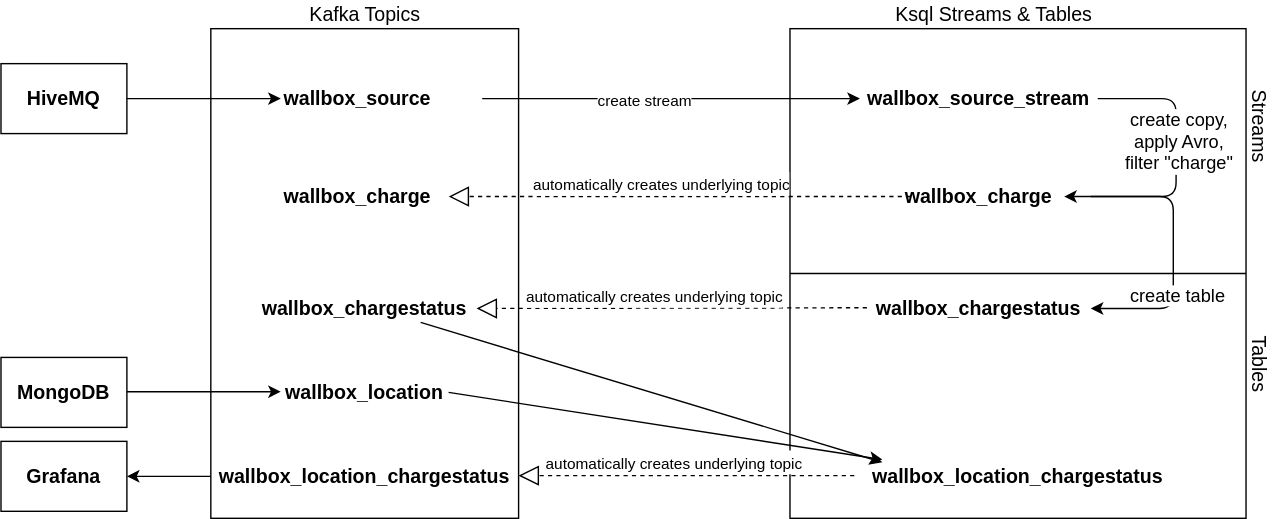
The draw.io diagram DataFlow_v2.svg in NovatecConsulting/showcase-kafka-iot-emob, before a commit. Source tidied: cells renumbered, new cells last; positions are measured from the earlier drawing's top-left corner, leaving out a move shared by most shapes.
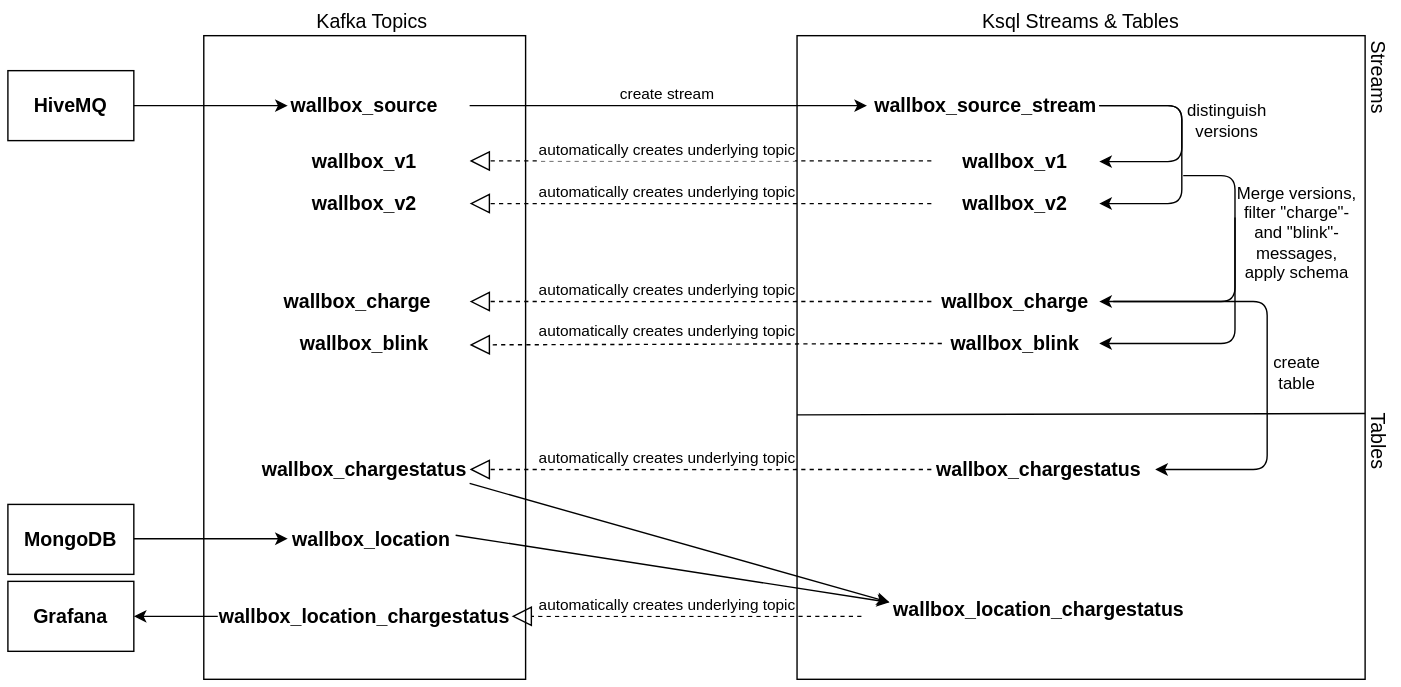
Later version of the same file.

What changed in the source:
```diff
@@ -3,86 +3,92 @@
     <mxCell id="0" />
     <mxCell id="1" parent="0" />
     <mxCell id="2" style="rounded=0;whiteSpace=wrap;html=1;" parent="1" vertex="1">
-      <mxGeometry x="150" y="20" width="220" height="350" as="geometry" />
+      <mxGeometry x="140" y="20" width="230" height="460" as="geometry" />
     </mxCell>
     <mxCell id="3" value="wallbox_source" style="text;html=1;strokeColor=none;fillColor=none;align=center;verticalAlign=middle;whiteSpace=wrap;rounded=0;fontSize=14;fontStyle=1;" parent="1" vertex="1">
       <mxGeometry x="235" y="60" width="40" height="20" as="geometry" />
     </mxCell>
     <mxCell id="4" value="wallbox_charge" style="text;html=1;strokeColor=none;fillColor=none;align=center;verticalAlign=middle;whiteSpace=wrap;rounded=0;fontSize=14;fontStyle=1;" parent="1" vertex="1">
-      <mxGeometry x="235" y="130" width="40" height="20" as="geometry" />
+      <mxGeometry x="230" y="200" width="40" height="20" as="geometry" />
     </mxCell>
     <mxCell id="5" value="wallbox_chargestatus" style="text;html=1;strokeColor=none;fillColor=none;align=center;verticalAlign=middle;whiteSpace=wrap;rounded=0;fontSize=14;fontStyle=1;" parent="1" vertex="1">
-      <mxGeometry x="240" y="210" width="40" height="20" as="geometry" />
+      <mxGeometry x="235" y="320" width="40" height="20" as="geometry" />
     </mxCell>
     <mxCell id="6" style="rounded=0;whiteSpace=wrap;html=1;" parent="1" vertex="1">
-      <mxGeometry x="564" y="20" width="326" height="350" as="geometry" />
+      <mxGeometry x="564" y="20" width="406" height="460" as="geometry" />
     </mxCell>
     <mxCell id="7" value="wallbox_source_stream" style="text;html=1;strokeColor=none;fillColor=none;align=center;verticalAlign=middle;whiteSpace=wrap;rounded=0;fontSize=14;fontStyle=1;" parent="1" vertex="1">
       <mxGeometry x="679" y="60" width="40" height="20" as="geometry" />
     </mxCell>
     <mxCell id="8" value="wallbox_charge" style="text;html=1;strokeColor=none;fillColor=none;align=center;verticalAlign=middle;whiteSpace=wrap;rounded=0;fontSize=14;fontStyle=1;" parent="1" vertex="1">
-      <mxGeometry x="679" y="130" width="40" height="20" as="geometry" />
+      <mxGeometry x="700" y="200" width="40" height="20" as="geometry" />
     </mxCell>
     <mxCell id="9" value="wallbox_chargestatus" style="text;html=1;strokeColor=none;fillColor=none;align=center;verticalAlign=middle;whiteSpace=wrap;rounded=0;fontSize=14;fontStyle=1;" parent="1" vertex="1">
-      <mxGeometry x="679" y="210" width="40" height="20" as="geometry" />
+      <mxGeometry x="717" y="320" width="40" height="20" as="geometry" />
     </mxCell>
     <mxCell id="10" value="Kafka Topics" style="text;html=1;strokeColor=none;fillColor=none;align=center;verticalAlign=middle;whiteSpace=wrap;rounded=0;fontSize=14;" parent="1" vertex="1">
       <mxGeometry x="212.5" width="95" height="20" as="geometry" />
     </mxCell>
     <mxCell id="11" value="Ksql Streams &amp;amp; Tables" style="text;html=1;strokeColor=none;fillColor=none;align=center;verticalAlign=middle;whiteSpace=wrap;rounded=0;fontSize=14;" parent="1" vertex="1">
-      <mxGeometry x="630" width="160" height="20" as="geometry" />
+      <mxGeometry x="687" width="160" height="20" as="geometry" />
     </mxCell>
     <mxCell id="12" style="endArrow=classic;html=1;fontSize=11;" parent="1" edge="1">
       <mxGeometry relative="1" as="geometry">
-        <mxPoint x="344" y="70" as="sourcePoint" />
+        <mxPoint x="330" y="70" as="sourcePoint" />
         <mxPoint x="614" y="70" as="targetPoint" />
       </mxGeometry>
     </mxCell>
     <mxCell id="13" value="&lt;font style=&quot;font-size: 11px&quot;&gt;create stream&lt;/font&gt;" style="edgeLabel;html=1;align=center;verticalAlign=middle;fontSize=14;" parent="12" vertex="1">
-      <mxGeometry x="-0.15" relative="1" as="geometry" />
+      <mxGeometry x="-0.15" relative="1" as="geometry">
+        <mxPoint x="19" y="-10" as="offset" />
+      </mxGeometry>
     </mxCell>
     <mxCell id="14" style="endArrow=classic;html=1;fontSize=14;" parent="1" edge="1">
       <mxGeometry relative="1" as="geometry">
-        <mxPoint x="784" y="70" as="sourcePoint" />
-        <mxPoint x="760" y="140" as="targetPoint" />
+        <mxPoint x="840" y="120" as="sourcePoint" />
+        <mxPoint x="780" y="210" as="targetPoint" />
         <Array as="points">
-          <mxPoint x="840" y="70" />
-          <mxPoint x="840" y="140" />
+          <mxPoint x="877" y="120" />
+          <mxPoint x="877" y="210" />
         </Array>
       </mxGeometry>
     </mxCell>
-    <mxCell id="15" value="&lt;div style=&quot;font-size: 13px&quot;&gt;&lt;font style=&quot;font-size: 13px&quot;&gt;create copy&lt;/font&gt;&lt;font style=&quot;font-size: 13px&quot;&gt;,&lt;/font&gt;&lt;/div&gt;&lt;div style=&quot;font-size: 13px&quot;&gt;&lt;font style=&quot;font-size: 13px&quot;&gt;apply Avro,&lt;/font&gt;&lt;/div&gt;&lt;div style=&quot;font-size: 13px&quot;&gt;&lt;font style=&quot;font-size: 13px&quot;&gt;filter &quot;charge&quot;&lt;/font&gt;&lt;font style=&quot;font-size: 13px&quot;&gt;&lt;br&gt;&lt;/font&gt;&lt;/div&gt;" style="edgeLabel;html=1;align=center;verticalAlign=middle;fontSize=14;" parent="14" vertex="1">
-      <mxGeometry x="-0.17" y="1" relative="1" as="geometry" />
-    </mxCell>
+    <mxCell id="38" value="&lt;div&gt;Merge versions,&lt;/div&gt;&lt;div&gt;filter &quot;charge&quot;- &lt;br&gt;&lt;/div&gt;&lt;div&gt;and &quot;blink&quot;-&lt;/div&gt;&lt;div&gt;messages,&lt;/div&gt;&lt;div&gt;apply schema&lt;br&gt;&lt;/div&gt;" style="edgeLabel;html=1;align=center;verticalAlign=middle;fontSize=12;" parent="14" vertex="1">
+      <mxGeometry x="-0.13" y="2" relative="1" as="geometry">
+        <mxPoint x="41" y="-20" as="offset" />
+      </mxGeometry>
+    </mxCell>
-    <mxCell id="16" style="endArrow=none;html=1;fontSize=14;entryX=1;entryY=0.5;entryDx=0;entryDy=0;exitX=0;exitY=0.5;exitDx=0;exitDy=0;" parent="1" edge="1" source="6" target="6">
-      <mxGeometry relative="1" as="geometry" />
+    <mxCell id="16" style="endArrow=none;html=1;fontSize=14;exitX=0;exitY=0.5;exitDx=0;exitDy=0;entryX=0;entryY=1;entryDx=0;entryDy=0;" parent="1" edge="1" target="18">
+      <mxGeometry relative="1" as="geometry">
+        <mxPoint x="564" y="291" as="sourcePoint" />
+      </mxGeometry>
     </mxCell>
     <mxCell id="17" value="Streams" style="text;html=1;strokeColor=none;fillColor=none;align=center;verticalAlign=middle;whiteSpace=wrap;rounded=0;fontSize=14;rotation=90;" parent="1" vertex="1">
-      <mxGeometry x="880" y="80" width="40" height="20" as="geometry" />
+      <mxGeometry x="960" y="40" width="40" height="20" as="geometry" />
     </mxCell>
     <mxCell id="18" value="Tables" style="text;html=1;strokeColor=none;fillColor=none;align=center;verticalAlign=middle;whiteSpace=wrap;rounded=0;fontSize=14;rotation=90;" parent="1" vertex="1">
-      <mxGeometry x="880" y="250" width="40" height="20" as="geometry" />
+      <mxGeometry x="960" y="300" width="40" height="20" as="geometry" />
     </mxCell>
     <mxCell id="19" style="endArrow=block;dashed=1;endFill=0;endSize=12;html=1;fontSize=14;" parent="1" edge="1">
       <mxGeometry relative="1" as="geometry">
-        <mxPoint x="650" y="140" as="sourcePoint" />
-        <mxPoint x="320" y="140" as="targetPoint" />
+        <mxPoint x="667.5" y="240" as="sourcePoint" />
+        <mxPoint x="330" y="241" as="targetPoint" />
       </mxGeometry>
     </mxCell>
     <mxCell id="20" value="&lt;font style=&quot;font-size: 11px&quot;&gt;automatically creates underlying topic&lt;/font&gt;" style="edgeLabel;html=1;align=center;verticalAlign=middle;fontSize=14;" parent="19" vertex="1">
       <mxGeometry x="0.13" y="1" relative="1" as="geometry">
-        <mxPoint x="8" y="-11" as="offset" />
+        <mxPoint x="-6.5" y="-11.6" as="offset" />
       </mxGeometry>
     </mxCell>
     <mxCell id="21" style="endArrow=block;dashed=1;endFill=0;endSize=12;html=1;fontSize=14;" parent="1" edge="1">
       <mxGeometry relative="1" as="geometry">
-        <mxPoint x="619" y="219.5" as="sourcePoint" />
-        <mxPoint x="340" y="220" as="targetPoint" />
+        <mxPoint x="660" y="330" as="sourcePoint" />
+        <mxPoint x="330" y="330" as="targetPoint" />
       </mxGeometry>
     </mxCell>
     <mxCell id="22" value="&lt;font style=&quot;font-size: 11px&quot;&gt;automatically creates underlying topic&lt;/font&gt;" style="edgeLabel;html=1;align=center;verticalAlign=middle;fontSize=14;" parent="21" vertex="1">
       <mxGeometry x="-0.08" y="1" relative="1" as="geometry">
-        <mxPoint x="-25" y="-10.5" as="offset" />
+        <mxPoint x="-38" y="-11" as="offset" />
       </mxGeometry>
     </mxCell>
     <mxCell id="23" value="&lt;font style=&quot;font-size: 14px&quot;&gt;&lt;b&gt;HiveMQ&lt;/b&gt;&lt;/font&gt;" style="rounded=0;whiteSpace=wrap;html=1;fontSize=11;" parent="1" vertex="1">
@@ -94,69 +100,154 @@
       </mxGeometry>
     </mxCell>
     <mxCell id="25" value="&lt;font size=&quot;1&quot;&gt;&lt;b style=&quot;font-size: 14px&quot;&gt;wallbox_location&lt;/b&gt;&lt;/font&gt;" style="text;html=1;strokeColor=none;fillColor=none;align=center;verticalAlign=middle;whiteSpace=wrap;rounded=0;" parent="1" vertex="1">
-      <mxGeometry x="240" y="270" width="40" height="20" as="geometry" />
+      <mxGeometry x="240" y="370" width="40" height="20" as="geometry" />
     </mxCell>
     <mxCell id="26" value="&lt;font size=&quot;1&quot;&gt;&lt;b style=&quot;font-size: 14px&quot;&gt;wallbox_location_chargestatus&lt;/b&gt;&lt;/font&gt;" style="text;html=1;strokeColor=none;fillColor=none;align=center;verticalAlign=middle;whiteSpace=wrap;rounded=0;" parent="1" vertex="1">
-      <mxGeometry x="240" y="330" width="40" height="20" as="geometry" />
+      <mxGeometry x="235" y="425" width="40" height="20" as="geometry" />
     </mxCell>
-    <mxCell id="27" style="endArrow=classic;html=1;fontSize=14;" parent="1" edge="1">
-      <mxGeometry relative="1" as="geometry">
-        <mxPoint x="779" y="140" as="sourcePoint" />
-        <mxPoint x="779" y="220" as="targetPoint" />
-        <Array as="points">
-          <mxPoint x="838" y="140" />
-          <mxPoint x="838" y="180" />
-          <mxPoint x="838" y="220" />
-        </Array>
-      </mxGeometry>
-    </mxCell>
-    <mxCell id="28" value="&lt;div style=&quot;font-size: 13px&quot;&gt;&lt;font style=&quot;font-size: 13px&quot;&gt;create table&lt;/font&gt;&lt;/div&gt;" style="edgeLabel;html=1;align=center;verticalAlign=middle;fontSize=14;" parent="27" vertex="1">
-      <mxGeometry x="-0.17" y="1" relative="1" as="geometry">
-        <mxPoint x="1" y="47" as="offset" />
-      </mxGeometry>
-    </mxCell>
     <mxCell id="29" value="&lt;font size=&quot;1&quot;&gt;&lt;b style=&quot;font-size: 14px&quot;&gt;wallbox_location_chargestatus&lt;/b&gt;&lt;/font&gt;" style="text;html=1;strokeColor=none;fillColor=none;align=center;verticalAlign=middle;whiteSpace=wrap;rounded=0;" parent="1" vertex="1">
-      <mxGeometry x="707" y="330" width="40" height="20" as="geometry" />
+      <mxGeometry x="717" y="420" width="40" height="20" as="geometry" />
     </mxCell>
     <mxCell id="30" style="endArrow=classic;html=1;" parent="1" edge="1">
       <mxGeometry relative="1" as="geometry">
-        <mxPoint x="300" y="230" as="sourcePoint" />
-        <mxPoint x="630" y="330" as="targetPoint" />
+        <mxPoint x="330" y="340" as="sourcePoint" />
+        <mxPoint x="630" y="425" as="targetPoint" />
       </mxGeometry>
     </mxCell>
     <mxCell id="31" style="endArrow=classic;html=1;" parent="1" edge="1">
       <mxGeometry relative="1" as="geometry">
-        <mxPoint x="320" y="280" as="sourcePoint" />
-        <mxPoint x="630" y="328" as="targetPoint" />
+        <mxPoint x="320" y="377" as="sourcePoint" />
+        <mxPoint x="630" y="425" as="targetPoint" />
       </mxGeometry>
     </mxCell>
     <mxCell id="32" style="endArrow=block;dashed=1;endFill=0;endSize=12;html=1;fontSize=14;" parent="1" edge="1">
       <mxGeometry relative="1" as="geometry">
-        <mxPoint x="610" y="339.5" as="sourcePoint" />
-        <mxPoint x="370" y="339.5" as="targetPoint" />
+        <mxPoint x="610" y="435" as="sourcePoint" />
+        <mxPoint x="360" y="435" as="targetPoint" />
       </mxGeometry>
     </mxCell>
     <mxCell id="33" value="&lt;font style=&quot;font-size: 11px&quot;&gt;automatically creates underlying topic&lt;/font&gt;" style="edgeLabel;html=1;align=center;verticalAlign=middle;fontSize=14;" parent="32" vertex="1">
       <mxGeometry x="-0.08" y="1" relative="1" as="geometry">
-        <mxPoint x="-20" y="-11" as="offset" />
+        <mxPoint x="-25" y="-11" as="offset" />
       </mxGeometry>
     </mxCell>
     <mxCell id="34" value="&lt;b&gt;&lt;font style=&quot;font-size: 14px&quot;&gt;MongoDB&lt;/font&gt;&lt;/b&gt;" style="rounded=0;whiteSpace=wrap;html=1;fontSize=11;" parent="1" vertex="1">
-      <mxGeometry y="255" width="90" height="50" as="geometry" />
+      <mxGeometry y="355" width="90" height="50" as="geometry" />
     </mxCell>
     <mxCell id="35" style="endArrow=classic;html=1;fontSize=11;exitX=1;exitY=0.5;exitDx=0;exitDy=0;" parent="1" edge="1">
       <mxGeometry relative="1" as="geometry">
-        <mxPoint x="90" y="279.5" as="sourcePoint" />
-        <mxPoint x="200" y="279.5" as="targetPoint" />
+        <mxPoint x="90" y="379.5" as="sourcePoint" />
+        <mxPoint x="200" y="379.5" as="targetPoint" />
       </mxGeometry>
     </mxCell>
     <mxCell id="36" value="&lt;b&gt;&lt;font style=&quot;font-size: 14px&quot;&gt;Grafana&lt;/font&gt;&lt;/b&gt;" style="rounded=0;whiteSpace=wrap;html=1;fontSize=11;" parent="1" vertex="1">
-      <mxGeometry y="315" width="90" height="50" as="geometry" />
+      <mxGeometry y="410" width="90" height="50" as="geometry" />
     </mxCell>
     <mxCell id="37" style="endArrow=classic;html=1;entryX=1;entryY=0.5;entryDx=0;entryDy=0;" parent="1" edge="1" target="36">
       <mxGeometry relative="1" as="geometry">
-        <mxPoint x="150" y="340" as="sourcePoint" />
+        <mxPoint x="150" y="435" as="sourcePoint" />
       </mxGeometry>
     </mxCell>
+    <mxCell id="39" value="wallbox_v1" style="text;html=1;strokeColor=none;fillColor=none;align=center;verticalAlign=middle;whiteSpace=wrap;rounded=0;fontSize=14;fontStyle=1;" parent="1" vertex="1">
+      <mxGeometry x="235" y="100" width="40" height="20" as="geometry" />
+    </mxCell>
+    <mxCell id="40" value="wallbox_v2" style="text;html=1;strokeColor=none;fillColor=none;align=center;verticalAlign=middle;whiteSpace=wrap;rounded=0;fontSize=14;fontStyle=1;" parent="1" vertex="1">
+      <mxGeometry x="235" y="130" width="40" height="20" as="geometry" />
+    </mxCell>
+    <mxCell id="41" style="endArrow=classic;html=1;fontSize=14;" parent="1" edge="1">
+      <mxGeometry relative="1" as="geometry">
+        <mxPoint x="780" y="70" as="sourcePoint" />
+        <mxPoint x="780" y="110" as="targetPoint" />
+        <Array as="points">
+          <mxPoint x="839" y="70" />
+          <mxPoint x="839" y="110" />
+        </Array>
+      </mxGeometry>
+    </mxCell>
+    <mxCell id="42" value="&lt;div style=&quot;font-size: 12px;&quot;&gt;distinguish&lt;/div&gt;&lt;div style=&quot;font-size: 12px;&quot;&gt; versions&lt;/div&gt;" style="edgeLabel;html=1;align=center;verticalAlign=middle;fontSize=12;" parent="41" vertex="1">
+      <mxGeometry x="-0.17" y="1" relative="1" as="geometry">
+        <mxPoint x="30" y="3" as="offset" />
+      </mxGeometry>
+    </mxCell>
+    <mxCell id="43" value="wallbox_v1" style="text;html=1;strokeColor=none;fillColor=none;align=center;verticalAlign=middle;whiteSpace=wrap;rounded=0;fontSize=14;fontStyle=1;" parent="1" vertex="1">
+      <mxGeometry x="700" y="100" width="40" height="20" as="geometry" />
+    </mxCell>
+    <mxCell id="44" value="wallbox_v2" style="text;html=1;strokeColor=none;fillColor=none;align=center;verticalAlign=middle;whiteSpace=wrap;rounded=0;fontSize=14;fontStyle=1;" parent="1" vertex="1">
+      <mxGeometry x="700" y="130" width="40" height="20" as="geometry" />
+    </mxCell>
+    <mxCell id="45" style="endArrow=classic;html=1;fontSize=14;" parent="1" edge="1">
+      <mxGeometry relative="1" as="geometry">
+        <mxPoint x="780" y="70" as="sourcePoint" />
+        <mxPoint x="780" y="140" as="targetPoint" />
+        <Array as="points">
+          <mxPoint x="839" y="70" />
+          <mxPoint x="839" y="140" />
+        </Array>
+      </mxGeometry>
+    </mxCell>
+    <mxCell id="46" style="endArrow=block;dashed=1;endFill=0;endSize=12;html=1;fontSize=14;" parent="1" edge="1">
+      <mxGeometry relative="1" as="geometry">
+        <mxPoint x="660" y="109.5" as="sourcePoint" />
+        <mxPoint x="330" y="109.5" as="targetPoint" />
+      </mxGeometry>
+    </mxCell>
+    <mxCell id="47" value="&lt;font style=&quot;font-size: 11px&quot;&gt;automatically creates underlying topic&lt;/font&gt;" style="edgeLabel;html=1;align=center;verticalAlign=middle;fontSize=14;" parent="46" vertex="1">
+      <mxGeometry x="0.13" y="1" relative="1" as="geometry">
+        <mxPoint x="-3" y="-10.5" as="offset" />
+      </mxGeometry>
+    </mxCell>
+    <mxCell id="48" style="endArrow=block;dashed=1;endFill=0;endSize=12;html=1;fontSize=14;" parent="1" edge="1">
+      <mxGeometry relative="1" as="geometry">
+        <mxPoint x="660" y="140" as="sourcePoint" />
+        <mxPoint x="330" y="140" as="targetPoint" />
+      </mxGeometry>
+    </mxCell>
+    <mxCell id="49" value="&lt;font style=&quot;font-size: 11px&quot;&gt;automatically creates underlying topic&lt;/font&gt;" style="edgeLabel;html=1;align=center;verticalAlign=middle;fontSize=14;" parent="48" vertex="1">
+      <mxGeometry x="0.13" y="1" relative="1" as="geometry">
+        <mxPoint x="-3" y="-11" as="offset" />
+      </mxGeometry>
+    </mxCell>
+    <mxCell id="50" value="wallbox_blink" style="text;html=1;strokeColor=none;fillColor=none;align=center;verticalAlign=middle;whiteSpace=wrap;rounded=0;fontSize=14;fontStyle=1;" parent="1" vertex="1">
+      <mxGeometry x="700" y="230" width="40" height="20" as="geometry" />
+    </mxCell>
+    <mxCell id="51" style="endArrow=block;dashed=1;endFill=0;endSize=12;html=1;fontSize=14;" parent="1" edge="1">
+      <mxGeometry relative="1" as="geometry">
+        <mxPoint x="660" y="210" as="sourcePoint" />
+        <mxPoint x="330" y="210" as="targetPoint" />
+      </mxGeometry>
+    </mxCell>
+    <mxCell id="52" value="&lt;font style=&quot;font-size: 11px&quot;&gt;automatically creates underlying topic&lt;/font&gt;" style="edgeLabel;html=1;align=center;verticalAlign=middle;fontSize=14;" parent="51" vertex="1">
+      <mxGeometry x="0.13" y="1" relative="1" as="geometry">
+        <mxPoint x="-3" y="-11" as="offset" />
+      </mxGeometry>
+    </mxCell>
+    <mxCell id="53" value="wallbox_blink" style="text;html=1;strokeColor=none;fillColor=none;align=center;verticalAlign=middle;whiteSpace=wrap;rounded=0;fontSize=14;fontStyle=1;" parent="1" vertex="1">
+      <mxGeometry x="235" y="230" width="40" height="20" as="geometry" />
+    </mxCell>
+    <mxCell id="54" style="endArrow=classic;html=1;fontSize=14;" parent="1" edge="1">
+      <mxGeometry relative="1" as="geometry">
+        <mxPoint x="877" y="150" as="sourcePoint" />
+        <mxPoint x="780" y="240" as="targetPoint" />
+        <Array as="points">
+          <mxPoint x="877" y="150" />
+          <mxPoint x="877" y="240" />
+        </Array>
+      </mxGeometry>
+    </mxCell>
+    <mxCell id="55" style="endArrow=classic;html=1;fontSize=14;" parent="1" edge="1">
+      <mxGeometry relative="1" as="geometry">
+        <mxPoint x="790" y="210" as="sourcePoint" />
+        <mxPoint x="820" y="330" as="targetPoint" />
+        <Array as="points">
+          <mxPoint x="900" y="210" />
+          <mxPoint x="900" y="330" />
+        </Array>
+      </mxGeometry>
+    </mxCell>
+    <mxCell id="28" value="&lt;div&gt;create &lt;br&gt;&lt;/div&gt;&lt;div&gt;table&lt;/div&gt;" style="edgeLabel;html=1;align=center;verticalAlign=middle;fontSize=12;" parent="55" vertex="1">
+      <mxGeometry x="-0.29" y="-49" relative="1" as="geometry">
+        <mxPoint x="69" y="50" as="offset" />
+      </mxGeometry>
+    </mxCell>
   </root>
 </mxGraphModel>
```
